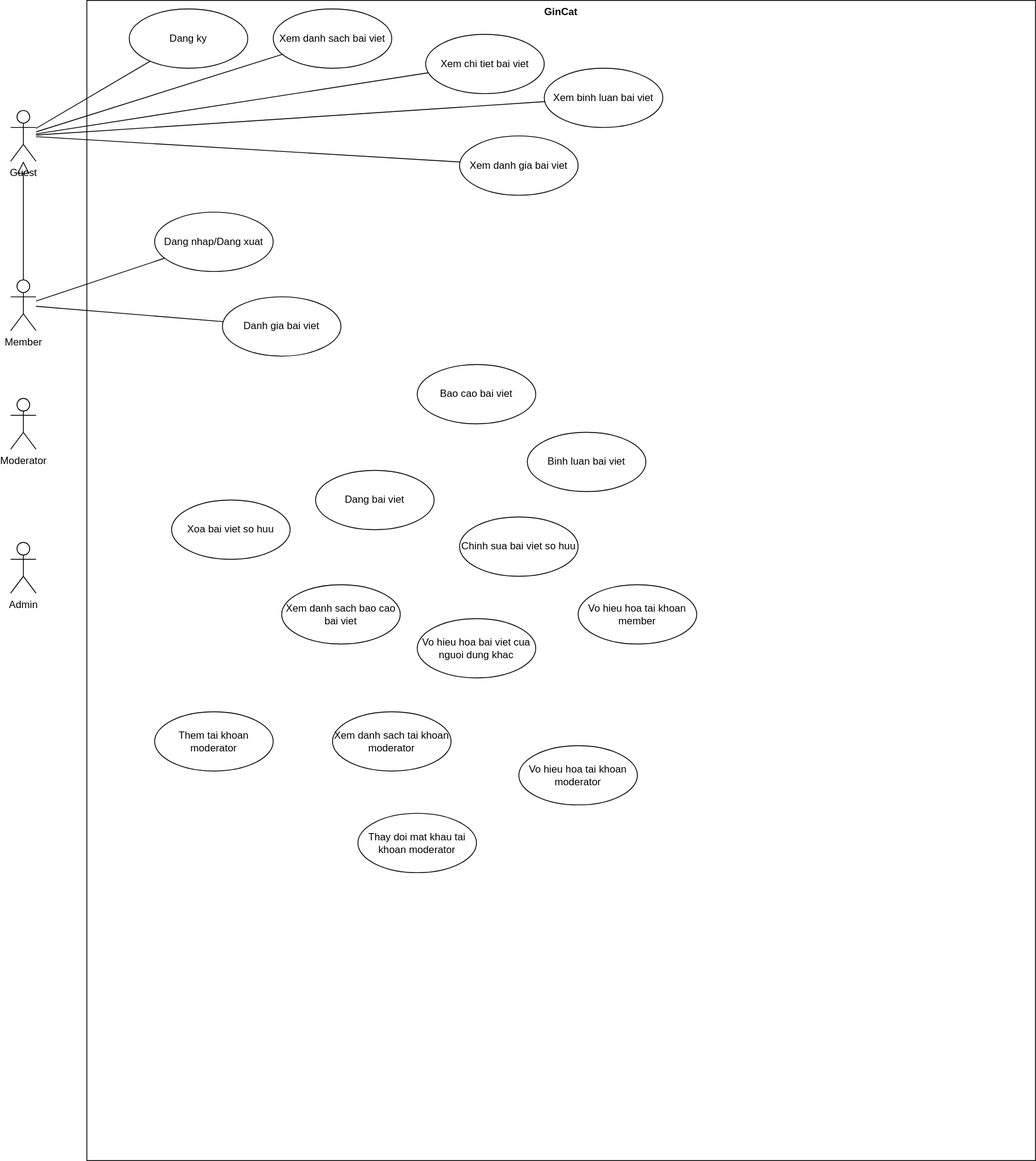
The draw.io diagram document/Use-case_Diagram.drawio.svg in dinhphu28/kltn-knowledge-sharing, before a commit. Source tidied: cells renumbered, new cells last; positions are measured from the earlier drawing's top-left corner, leaving out a move shared by most shapes.
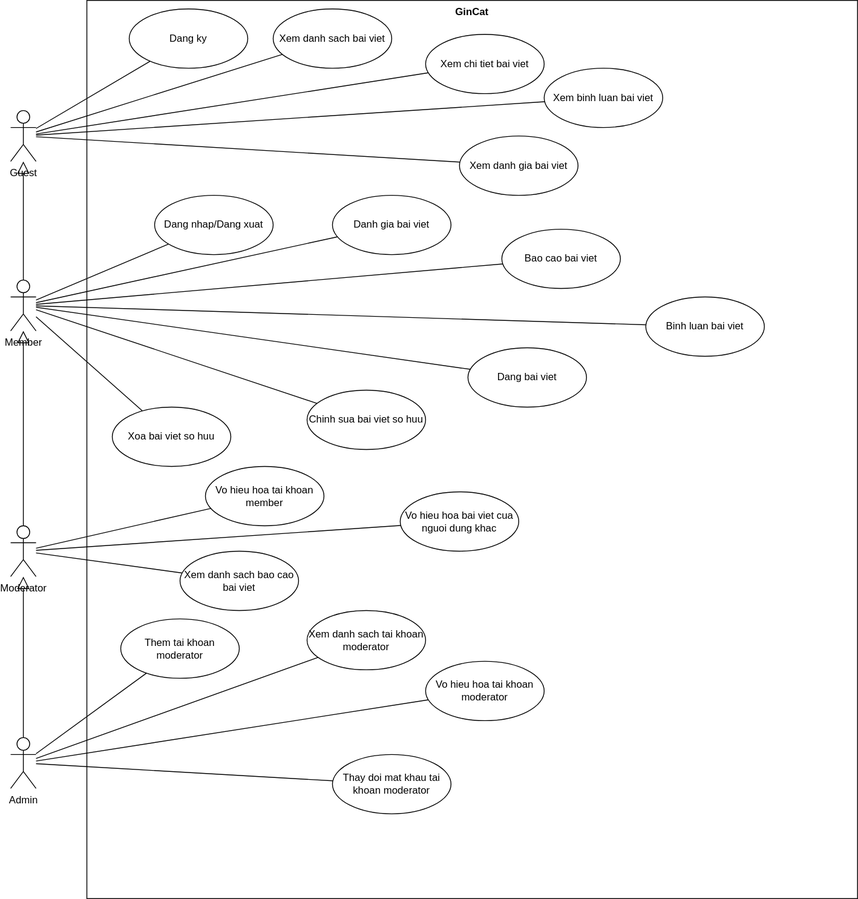
After the change.

Diff of the diagram source:
```diff
@@ -3,7 +3,7 @@
     <mxCell id="0" />
     <mxCell id="1" parent="0" />
     <mxCell id="2" value="GinCat" style="shape=rect;html=1;verticalAlign=top;fontStyle=1;whiteSpace=wrap;align=center;" parent="1" vertex="1">
-      <mxGeometry x="90" width="1120" height="1370" as="geometry" />
+      <mxGeometry x="90" width="910" height="1060" as="geometry" />
     </mxCell>
     <mxCell id="3" value="Guest" style="shape=umlActor;html=1;verticalLabelPosition=bottom;verticalAlign=top;align=center;" parent="1" vertex="1">
       <mxGeometry y="130" width="30" height="60" as="geometry" />
@@ -15,10 +15,10 @@
       <mxGeometry x="140" y="10" width="140" height="70" as="geometry" />
     </mxCell>
     <mxCell id="6" value="Moderator" style="shape=umlActor;html=1;verticalLabelPosition=bottom;verticalAlign=top;align=center;" parent="1" vertex="1">
-      <mxGeometry y="470" width="30" height="60" as="geometry" />
+      <mxGeometry y="620" width="30" height="60" as="geometry" />
     </mxCell>
     <mxCell id="7" value="Admin" style="shape=umlActor;html=1;verticalLabelPosition=bottom;verticalAlign=top;align=center;" parent="1" vertex="1">
-      <mxGeometry y="640" width="30" height="60" as="geometry" />
+      <mxGeometry y="870" width="30" height="60" as="geometry" />
     </mxCell>
     <mxCell id="8" value="Xem binh luan bai viet" style="ellipse;whiteSpace=wrap;html=1;" parent="1" vertex="1">
       <mxGeometry x="630" y="80" width="140" height="70" as="geometry" />
@@ -33,46 +33,46 @@
       <mxGeometry x="490" y="40" width="140" height="70" as="geometry" />
     </mxCell>
     <mxCell id="12" value="Dang nhap/Dang xuat" style="ellipse;whiteSpace=wrap;html=1;" parent="1" vertex="1">
-      <mxGeometry x="170" y="250" width="140" height="70" as="geometry" />
+      <mxGeometry x="170" y="230" width="140" height="70" as="geometry" />
     </mxCell>
     <mxCell id="13" value="Danh gia bai viet" style="ellipse;whiteSpace=wrap;html=1;" parent="1" vertex="1">
-      <mxGeometry x="250" y="350" width="140" height="70" as="geometry" />
+      <mxGeometry x="380" y="230" width="140" height="70" as="geometry" />
     </mxCell>
     <mxCell id="14" value="Bao cao bai viet" style="ellipse;whiteSpace=wrap;html=1;" parent="1" vertex="1">
-      <mxGeometry x="480" y="430" width="140" height="70" as="geometry" />
+      <mxGeometry x="580" y="270" width="140" height="70" as="geometry" />
     </mxCell>
     <mxCell id="15" value="Binh luan bai viet" style="ellipse;whiteSpace=wrap;html=1;" parent="1" vertex="1">
-      <mxGeometry x="610" y="510" width="140" height="70" as="geometry" />
+      <mxGeometry x="750" y="350" width="140" height="70" as="geometry" />
     </mxCell>
     <mxCell id="16" value="Dang bai viet" style="ellipse;whiteSpace=wrap;html=1;" parent="1" vertex="1">
-      <mxGeometry x="360" y="555" width="140" height="70" as="geometry" />
+      <mxGeometry x="540" y="410" width="140" height="70" as="geometry" />
     </mxCell>
     <mxCell id="17" value="Chinh sua bai viet so huu" style="ellipse;whiteSpace=wrap;html=1;" parent="1" vertex="1">
-      <mxGeometry x="530" y="610" width="140" height="70" as="geometry" />
+      <mxGeometry x="350" y="460" width="140" height="70" as="geometry" />
     </mxCell>
     <mxCell id="18" value="Xoa bai viet so huu" style="ellipse;whiteSpace=wrap;html=1;" parent="1" vertex="1">
-      <mxGeometry x="190" y="590" width="140" height="70" as="geometry" />
+      <mxGeometry x="120" y="480" width="140" height="70" as="geometry" />
     </mxCell>
     <mxCell id="19" value="Xem danh sach bao cao bai viet" style="ellipse;whiteSpace=wrap;html=1;" parent="1" vertex="1">
-      <mxGeometry x="320" y="690" width="140" height="70" as="geometry" />
+      <mxGeometry x="200" y="650" width="140" height="70" as="geometry" />
     </mxCell>
     <mxCell id="20" value="Vo hieu hoa bai viet cua nguoi dung khac" style="ellipse;whiteSpace=wrap;html=1;" parent="1" vertex="1">
-      <mxGeometry x="480" y="730" width="140" height="70" as="geometry" />
+      <mxGeometry x="460" y="580" width="140" height="70" as="geometry" />
     </mxCell>
     <mxCell id="21" value="Them tai khoan moderator" style="ellipse;whiteSpace=wrap;html=1;" parent="1" vertex="1">
-      <mxGeometry x="170" y="840" width="140" height="70" as="geometry" />
+      <mxGeometry x="130" y="730" width="140" height="70" as="geometry" />
     </mxCell>
     <mxCell id="22" value="Xem danh sach tai khoan moderator" style="ellipse;whiteSpace=wrap;html=1;" parent="1" vertex="1">
-      <mxGeometry x="380" y="840" width="140" height="70" as="geometry" />
+      <mxGeometry x="350" y="720" width="140" height="70" as="geometry" />
     </mxCell>
     <mxCell id="23" value="Vo hieu hoa tai khoan moderator" style="ellipse;whiteSpace=wrap;html=1;" parent="1" vertex="1">
-      <mxGeometry x="600" y="880" width="140" height="70" as="geometry" />
+      <mxGeometry x="490" y="780" width="140" height="70" as="geometry" />
     </mxCell>
     <mxCell id="24" value="Thay doi mat khau tai khoan moderator" style="ellipse;whiteSpace=wrap;html=1;" parent="1" vertex="1">
-      <mxGeometry x="410" y="960" width="140" height="70" as="geometry" />
+      <mxGeometry x="380" y="890" width="140" height="70" as="geometry" />
     </mxCell>
     <mxCell id="25" value="Vo hieu hoa tai khoan member" style="ellipse;whiteSpace=wrap;html=1;" parent="1" vertex="1">
-      <mxGeometry x="670" y="690" width="140" height="70" as="geometry" />
+      <mxGeometry x="230" y="550" width="140" height="70" as="geometry" />
     </mxCell>
     <mxCell id="26" style="edgeStyle=none;html=1;endArrow=none;verticalAlign=bottom;rounded=0;" parent="1" edge="1" source="3" target="5">
       <mxGeometry relative="1" as="geometry" />
@@ -98,5 +98,47 @@
     <mxCell id="33" style="edgeStyle=none;html=1;endArrow=none;verticalAlign=bottom;rounded=0;" parent="1" edge="1" source="4" target="13">
       <mxGeometry relative="1" as="geometry" />
     </mxCell>
+    <mxCell id="34" style="edgeStyle=none;html=1;endArrow=none;verticalAlign=bottom;rounded=0;" parent="1" edge="1" source="4" target="14">
+      <mxGeometry relative="1" as="geometry" />
+    </mxCell>
+    <mxCell id="35" style="edgeStyle=none;html=1;endArrow=none;verticalAlign=bottom;rounded=0;" parent="1" edge="1" source="4" target="15">
+      <mxGeometry relative="1" as="geometry" />
+    </mxCell>
+    <mxCell id="36" style="edgeStyle=none;html=1;endArrow=none;verticalAlign=bottom;rounded=0;" parent="1" edge="1" source="4" target="16">
+      <mxGeometry relative="1" as="geometry" />
+    </mxCell>
+    <mxCell id="37" style="edgeStyle=none;html=1;endArrow=none;verticalAlign=bottom;rounded=0;" parent="1" edge="1" source="4" target="17">
+      <mxGeometry relative="1" as="geometry" />
+    </mxCell>
+    <mxCell id="38" style="edgeStyle=none;html=1;endArrow=none;verticalAlign=bottom;rounded=0;" parent="1" edge="1" source="4" target="18">
+      <mxGeometry relative="1" as="geometry" />
+    </mxCell>
+    <mxCell id="39" style="edgeStyle=none;html=1;endArrow=block;endFill=0;endSize=12;verticalAlign=bottom;rounded=0;" parent="1" edge="1" source="6" target="4">
+      <mxGeometry relative="1" as="geometry" />
+    </mxCell>
+    <mxCell id="40" style="edgeStyle=none;html=1;endArrow=block;endFill=0;endSize=12;verticalAlign=bottom;rounded=0;" parent="1" edge="1" source="7" target="6">
+      <mxGeometry relative="1" as="geometry" />
+    </mxCell>
+    <mxCell id="41" style="edgeStyle=none;html=1;endArrow=none;verticalAlign=bottom;rounded=0;" parent="1" edge="1" source="6" target="19">
+      <mxGeometry relative="1" as="geometry" />
+    </mxCell>
+    <mxCell id="42" style="edgeStyle=none;html=1;endArrow=none;verticalAlign=bottom;rounded=0;" parent="1" edge="1" source="6" target="20">
+      <mxGeometry relative="1" as="geometry" />
+    </mxCell>
+    <mxCell id="43" style="edgeStyle=none;html=1;endArrow=none;verticalAlign=bottom;rounded=0;" parent="1" edge="1" source="6" target="25">
+      <mxGeometry relative="1" as="geometry" />
+    </mxCell>
+    <mxCell id="44" style="edgeStyle=none;html=1;endArrow=none;verticalAlign=bottom;rounded=0;" parent="1" edge="1" source="7" target="21">
+      <mxGeometry relative="1" as="geometry" />
+    </mxCell>
+    <mxCell id="45" style="edgeStyle=none;html=1;endArrow=none;verticalAlign=bottom;rounded=0;" parent="1" edge="1" source="7" target="22">
+      <mxGeometry relative="1" as="geometry" />
+    </mxCell>
+    <mxCell id="46" style="edgeStyle=none;html=1;endArrow=none;verticalAlign=bottom;rounded=0;" parent="1" edge="1" source="7" target="24">
+      <mxGeometry relative="1" as="geometry" />
+    </mxCell>
+    <mxCell id="47" style="edgeStyle=none;html=1;endArrow=none;verticalAlign=bottom;rounded=0;" parent="1" edge="1" source="7" target="23">
+      <mxGeometry relative="1" as="geometry" />
+    </mxCell>
   </root>
 </mxGraphModel>
```
